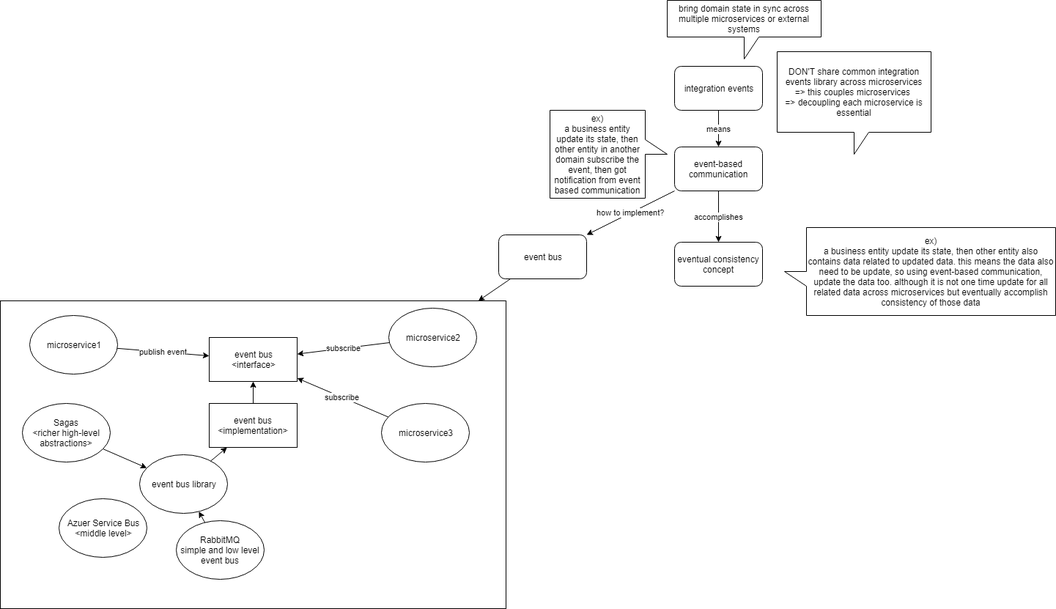
Earlier version of the draw.io export integration_events.png (stsiwo/ddd_concept). Source tidied: cells renumbered, new cells last; positions are measured from the earlier drawing's top-left corner, leaving out a move shared by most shapes. Its diagram source:
```xml
<mxGraphModel>
  <root>
    <mxCell id="0" />
    <mxCell id="1" parent="0" />
    <mxCell id="2" value="means" style="edgeStyle=none;rounded=0;html=1;jettySize=auto;" parent="1" edge="1" source="3" target="6">
      <mxGeometry relative="1" as="geometry" />
    </mxCell>
    <mxCell id="3" value="integration events" style="rounded=1;whiteSpace=wrap;html=1;" parent="1" vertex="1">
      <mxGeometry x="920" y="90" width="120" height="60" as="geometry" />
    </mxCell>
    <mxCell id="4" value="accomplishes" style="edgeStyle=none;rounded=0;html=1;jettySize=auto;" parent="1" edge="1" source="6" target="8">
      <mxGeometry relative="1" as="geometry" />
    </mxCell>
    <mxCell id="5" value="how to implement?" style="edgeStyle=none;rounded=0;html=1;jettySize=auto;" parent="1" edge="1" source="6" target="11">
      <mxGeometry relative="1" as="geometry" />
    </mxCell>
    <mxCell id="6" value="event-based communication" style="rounded=1;whiteSpace=wrap;html=1;" parent="1" vertex="1">
      <mxGeometry x="920" y="200" width="120" height="60" as="geometry" />
    </mxCell>
    <mxCell id="7" value="ex)&lt;br&gt;a business entity update its state, then other entity in another domain subscribe the event, then got notification from event based communication&lt;br&gt;" style="shape=callout;whiteSpace=wrap;html=1;perimeter=calloutPerimeter;direction=north;" parent="1" vertex="1">
      <mxGeometry x="750" y="150" width="160" height="120" as="geometry" />
    </mxCell>
    <mxCell id="8" value="eventual consistency concept" style="rounded=1;whiteSpace=wrap;html=1;" parent="1" vertex="1">
      <mxGeometry x="920" y="330" width="120" height="60" as="geometry" />
    </mxCell>
    <mxCell id="9" value="ex)&lt;br&gt;a business entity update its state, then other entity also contains data related to updated data. this means the data also need to be update, so using event-based communication, update the data too. although it is not one time update for all related data across microservices but eventually accomplish consistency of those data&lt;br&gt;" style="shape=callout;whiteSpace=wrap;html=1;perimeter=calloutPerimeter;direction=south;" parent="1" vertex="1">
      <mxGeometry x="1070" y="310" width="370" height="120" as="geometry" />
    </mxCell>
    <mxCell id="10" style="edgeStyle=none;rounded=0;html=1;jettySize=auto;" parent="1" edge="1" source="11" target="12">
      <mxGeometry relative="1" as="geometry" />
    </mxCell>
    <mxCell id="11" value="event bus" style="rounded=1;whiteSpace=wrap;html=1;" parent="1" vertex="1">
      <mxGeometry x="680" y="320" width="120" height="60" as="geometry" />
    </mxCell>
    <mxCell id="12" style="rounded=0;whiteSpace=wrap;html=1;" parent="1" vertex="1">
      <mxGeometry y="410" width="690" height="420" as="geometry" />
    </mxCell>
    <mxCell id="13" value="publish event" style="edgeStyle=none;rounded=0;html=1;jettySize=auto;" parent="1" edge="1" source="14" target="18">
      <mxGeometry relative="1" as="geometry" />
    </mxCell>
    <mxCell id="14" value="microservice1" style="ellipse;whiteSpace=wrap;html=1;" parent="1" vertex="1">
      <mxGeometry x="40" y="430" width="120" height="80" as="geometry" />
    </mxCell>
    <mxCell id="15" value="microservice2" style="ellipse;whiteSpace=wrap;html=1;" parent="1" vertex="1">
      <mxGeometry x="530" y="420" width="120" height="80" as="geometry" />
    </mxCell>
    <mxCell id="16" value="subscribe" style="edgeStyle=none;rounded=0;html=1;jettySize=auto;" parent="1" edge="1" source="17" target="18">
      <mxGeometry relative="1" as="geometry" />
    </mxCell>
    <mxCell id="17" value="microservice3" style="ellipse;whiteSpace=wrap;html=1;" parent="1" vertex="1">
      <mxGeometry x="520" y="550" width="120" height="80" as="geometry" />
    </mxCell>
    <mxCell id="18" value="event bus&lt;br&gt;&amp;lt;interface&amp;gt;&lt;br&gt;" style="rounded=0;whiteSpace=wrap;html=1;" parent="1" vertex="1">
      <mxGeometry x="285" y="460" width="120" height="60" as="geometry" />
    </mxCell>
    <mxCell id="19" value="subscribe" style="edgeStyle=none;rounded=0;html=1;jettySize=auto;" parent="1" edge="1" source="15" target="18">
      <mxGeometry relative="1" as="geometry" />
    </mxCell>
    <mxCell id="20" style="edgeStyle=none;rounded=0;html=1;exitX=0.5;exitY=0;jettySize=auto;" parent="1" edge="1" source="21" target="18">
      <mxGeometry relative="1" as="geometry" />
    </mxCell>
    <mxCell id="21" value="event bus&lt;br&gt;&amp;lt;implementation&amp;gt;&lt;br&gt;" style="rounded=0;whiteSpace=wrap;html=1;" parent="1" vertex="1">
      <mxGeometry x="285" y="550" width="120" height="60" as="geometry" />
    </mxCell>
    <mxCell id="22" value="event bus library" style="ellipse;whiteSpace=wrap;html=1;" parent="1" vertex="1">
      <mxGeometry x="190" y="620" width="120" height="80" as="geometry" />
    </mxCell>
    <mxCell id="23" style="edgeStyle=none;rounded=0;html=1;jettySize=auto;" parent="1" edge="1" source="22" target="21">
      <mxGeometry relative="1" as="geometry" />
    </mxCell>
    <mxCell id="24" style="edgeStyle=none;rounded=0;html=1;jettySize=auto;" parent="1" edge="1" source="25" target="22">
      <mxGeometry relative="1" as="geometry" />
    </mxCell>
    <mxCell id="25" value="RabbitMQ&lt;br&gt;simple and low level event bus&lt;br&gt;" style="ellipse;whiteSpace=wrap;html=1;" parent="1" vertex="1">
      <mxGeometry x="240" y="710" width="120" height="80" as="geometry" />
    </mxCell>
    <mxCell id="26" style="edgeStyle=none;rounded=0;html=1;jettySize=auto;" parent="1" edge="1" source="27" target="22">
      <mxGeometry relative="1" as="geometry" />
    </mxCell>
    <mxCell id="27" value="Sagas&lt;br&gt;&amp;lt;richer high-level abstractions&amp;gt;&lt;br&gt;" style="ellipse;whiteSpace=wrap;html=1;" parent="1" vertex="1">
      <mxGeometry x="30" y="550" width="120" height="80" as="geometry" />
    </mxCell>
    <mxCell id="28" value="Azuer Service Bus&lt;br&gt;&amp;lt;middle level&amp;gt;&lt;br&gt;" style="ellipse;whiteSpace=wrap;html=1;" parent="1" vertex="1">
      <mxGeometry x="80" y="680" width="120" height="80" as="geometry" />
    </mxCell>
    <mxCell id="29" value="bring domain state in sync across multiple microservices or external systems" style="shape=callout;whiteSpace=wrap;html=1;perimeter=calloutPerimeter;" parent="1" vertex="1">
      <mxGeometry x="910" width="210" height="80" as="geometry" />
    </mxCell>
    <mxCell id="30" value="DON'T share common integration events library across microservices&lt;br&gt;=&amp;gt; this couples microservices&amp;nbsp;&lt;br&gt;=&amp;gt; decoupling each microservice is essential&lt;br&gt;" style="shape=callout;whiteSpace=wrap;html=1;perimeter=calloutPerimeter;" parent="1" vertex="1">
      <mxGeometry x="1060" y="70" width="210" height="140" as="geometry" />
    </mxCell>
  </root>
</mxGraphModel>
```
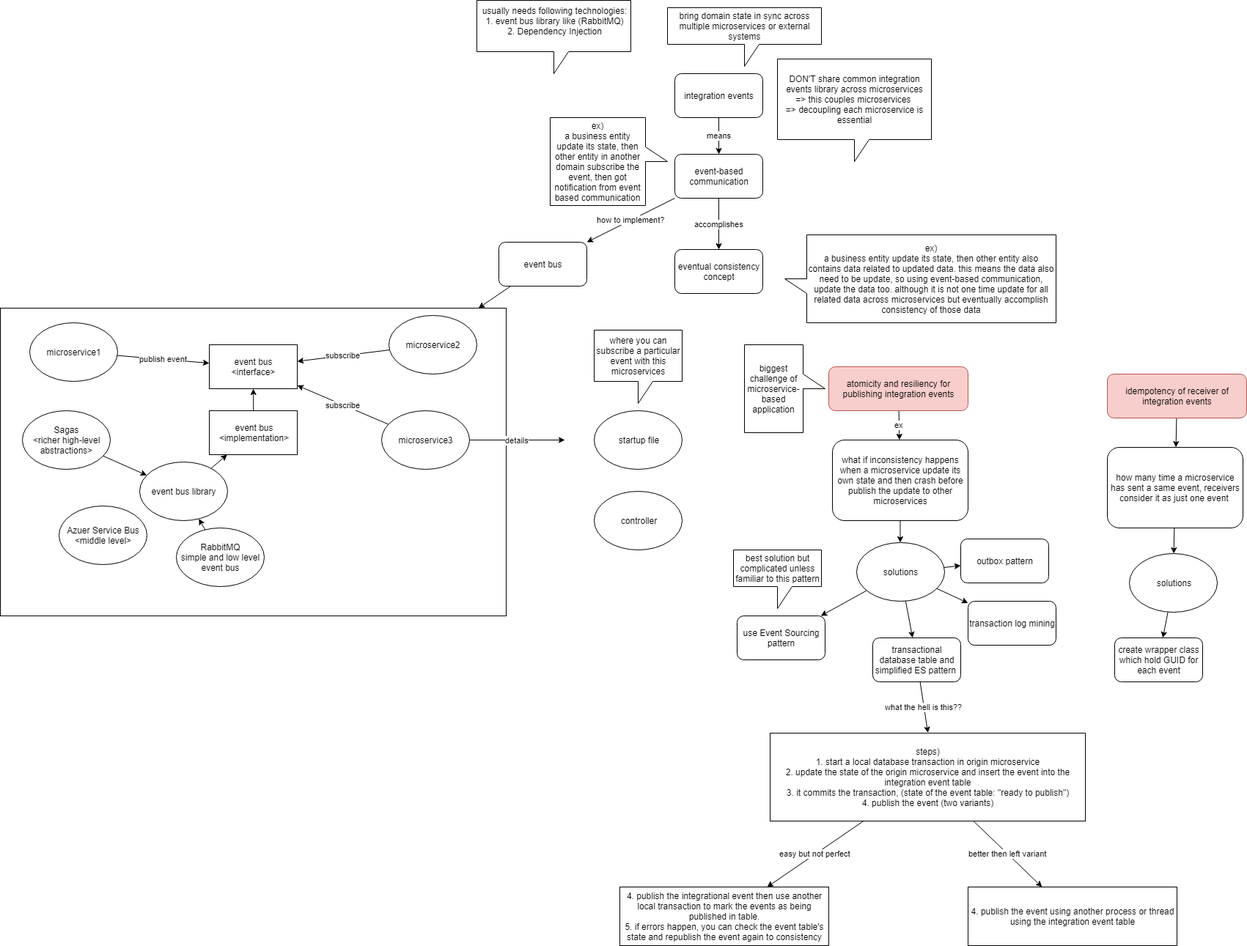
After the commit.

What changed in the source:
```diff
@@ -47,6 +47,11 @@
     <mxCell id="16" value="subscribe" style="edgeStyle=none;rounded=0;html=1;jettySize=auto;" parent="1" edge="1" source="17" target="18">
       <mxGeometry relative="1" as="geometry" />
     </mxCell>
+    <mxCell id="31" value="details" style="edgeStyle=orthogonalEdgeStyle;rounded=0;html=1;jettySize=auto;" parent="1" edge="1" source="17">
+      <mxGeometry relative="1" as="geometry">
+        <mxPoint x="770" y="590" as="targetPoint" />
+      </mxGeometry>
+    </mxCell>
     <mxCell id="17" value="microservice3" style="ellipse;whiteSpace=wrap;html=1;" parent="1" vertex="1">
       <mxGeometry x="520" y="550" width="120" height="80" as="geometry" />
     </mxCell>
@@ -89,5 +94,101 @@
     <mxCell id="30" value="DON'T share common integration events library across microservices&lt;br&gt;=&amp;gt; this couples microservices&amp;nbsp;&lt;br&gt;=&amp;gt; decoupling each microservice is essential&lt;br&gt;" style="shape=callout;whiteSpace=wrap;html=1;perimeter=calloutPerimeter;" parent="1" vertex="1">
       <mxGeometry x="1060" y="70" width="210" height="140" as="geometry" />
     </mxCell>
+    <mxCell id="32" value="startup file" style="ellipse;whiteSpace=wrap;html=1;" parent="1" vertex="1">
+      <mxGeometry x="810" y="550" width="120" height="80" as="geometry" />
+    </mxCell>
+    <mxCell id="33" value="where you can subscribe a particular event with this microservices" style="shape=callout;whiteSpace=wrap;html=1;perimeter=calloutPerimeter;" parent="1" vertex="1">
+      <mxGeometry x="810" y="440" width="120" height="100" as="geometry" />
+    </mxCell>
+    <mxCell id="34" value="usually needs following technologies:&lt;br&gt;1. event bus library like (RabbitMQ)&lt;br&gt;2. Dependency Injection&lt;br&gt;&lt;br&gt;" style="shape=callout;whiteSpace=wrap;html=1;perimeter=calloutPerimeter;" parent="1" vertex="1">
+      <mxGeometry x="650" y="-10" width="210" height="100" as="geometry" />
+    </mxCell>
+    <mxCell id="35" value="controller" style="ellipse;whiteSpace=wrap;html=1;" parent="1" vertex="1">
+      <mxGeometry x="810" y="660" width="120" height="80" as="geometry" />
+    </mxCell>
+    <mxCell id="36" value="ex" style="rounded=0;html=1;jettySize=auto;" parent="1" edge="1" source="37" target="39">
+      <mxGeometry relative="1" as="geometry" />
+    </mxCell>
+    <mxCell id="37" value="atomicity and resiliency for publishing integration events" style="rounded=1;whiteSpace=wrap;html=1;fillColor=#f8cecc;strokeColor=#b85450;" parent="1" vertex="1">
+      <mxGeometry x="1130" y="490" width="190" height="60" as="geometry" />
+    </mxCell>
+    <mxCell id="38" style="edgeStyle=none;rounded=0;html=1;jettySize=auto;" parent="1" edge="1" source="39" target="45">
+      <mxGeometry relative="1" as="geometry" />
+    </mxCell>
+    <mxCell id="39" value="what if inconsistency happens when a microservice update its own state and then crash before publish the update to other microservices" style="rounded=1;whiteSpace=wrap;html=1;" parent="1" vertex="1">
+      <mxGeometry x="1135" y="590" width="185" height="110" as="geometry" />
+    </mxCell>
+    <mxCell id="40" value="biggest challenge of microservice-based application" style="shape=callout;whiteSpace=wrap;html=1;perimeter=calloutPerimeter;direction=north;" parent="1" vertex="1">
+      <mxGeometry x="1015" y="460" width="110" height="120" as="geometry" />
+    </mxCell>
+    <mxCell id="41" style="edgeStyle=none;rounded=0;html=1;jettySize=auto;" parent="1" edge="1" source="45" target="46">
+      <mxGeometry relative="1" as="geometry" />
+    </mxCell>
+    <mxCell id="42" style="edgeStyle=none;rounded=0;html=1;jettySize=auto;" parent="1" edge="1" source="45" target="48">
+      <mxGeometry relative="1" as="geometry" />
+    </mxCell>
+    <mxCell id="43" style="edgeStyle=none;rounded=0;html=1;jettySize=auto;" parent="1" edge="1" source="45" target="49">
+      <mxGeometry relative="1" as="geometry" />
+    </mxCell>
+    <mxCell id="44" style="edgeStyle=none;rounded=0;html=1;jettySize=auto;" parent="1" edge="1" source="45" target="51">
+      <mxGeometry relative="1" as="geometry" />
+    </mxCell>
+    <mxCell id="45" value="solutions" style="ellipse;whiteSpace=wrap;html=1;" parent="1" vertex="1">
+      <mxGeometry x="1167.5" y="730" width="120" height="80" as="geometry" />
+    </mxCell>
+    <mxCell id="46" value="use Event Sourcing pattern" style="rounded=1;whiteSpace=wrap;html=1;" parent="1" vertex="1">
+      <mxGeometry x="1005" y="830" width="120" height="60" as="geometry" />
+    </mxCell>
+    <mxCell id="47" value="best solution but complicated unless familiar to this pattern" style="shape=callout;whiteSpace=wrap;html=1;perimeter=calloutPerimeter;" parent="1" vertex="1">
+      <mxGeometry x="1000" y="740" width="120" height="80" as="geometry" />
+    </mxCell>
+    <mxCell id="48" value="transaction log mining" style="rounded=1;whiteSpace=wrap;html=1;" parent="1" vertex="1">
+      <mxGeometry x="1320" y="810" width="120" height="60" as="geometry" />
+    </mxCell>
+    <mxCell id="49" value="outbox pattern" style="rounded=1;whiteSpace=wrap;html=1;" parent="1" vertex="1">
+      <mxGeometry x="1310" y="725" width="120" height="60" as="geometry" />
+    </mxCell>
+    <mxCell id="50" value="what the hell is this??" style="edgeStyle=none;rounded=0;html=1;jettySize=auto;entryX=0.5;entryY=0;" parent="1" edge="1" source="51" target="54">
+      <mxGeometry relative="1" as="geometry" />
+    </mxCell>
+    <mxCell id="51" value="transactional database table and simplified ES pattern&amp;nbsp;" style="rounded=1;whiteSpace=wrap;html=1;" parent="1" vertex="1">
+      <mxGeometry x="1190" y="860" width="120" height="60" as="geometry" />
+    </mxCell>
+    <mxCell id="52" value="easy but not perfect" style="edgeStyle=none;rounded=0;html=1;jettySize=auto;" parent="1" edge="1" source="54" target="55">
+      <mxGeometry relative="1" as="geometry" />
+    </mxCell>
+    <mxCell id="53" value="better then left variant" style="edgeStyle=none;rounded=0;html=1;jettySize=auto;" parent="1" edge="1" source="54" target="56">
+      <mxGeometry relative="1" as="geometry" />
+    </mxCell>
+    <mxCell id="54" value="steps)&lt;br&gt;1. start a local database transaction in origin microservice&lt;br&gt;2. update the state of the origin microservice and insert the event into the integration event table&lt;br&gt;3. it commits the transaction, (state of the event table: &quot;ready to publish&quot;)&lt;br&gt;4. publish the event (two variants)&lt;br&gt;" style="rounded=0;whiteSpace=wrap;html=1;" parent="1" vertex="1">
+      <mxGeometry x="1050" y="990" width="430" height="120" as="geometry" />
+    </mxCell>
+    <mxCell id="55" value="4. publish the integrational event then use another local transaction to mark the events as being published in table.&lt;br&gt;5. if errors happen, you can check the event table's state and republish the event again to consistency&lt;br&gt;" style="rounded=0;whiteSpace=wrap;html=1;" parent="1" vertex="1">
+      <mxGeometry x="845" y="1200" width="285" height="80" as="geometry" />
+    </mxCell>
+    <mxCell id="56" value="4. publish the event using another process or thread using the integration event table" style="rounded=0;whiteSpace=wrap;html=1;" parent="1" vertex="1">
+      <mxGeometry x="1320" y="1200" width="285" height="80" as="geometry" />
+    </mxCell>
+    <mxCell id="57" style="edgeStyle=none;rounded=0;html=1;jettySize=auto;" parent="1" edge="1" source="58" target="60">
+      <mxGeometry relative="1" as="geometry" />
+    </mxCell>
+    <mxCell id="58" value="idempotency of receiver of integration events" style="rounded=1;whiteSpace=wrap;html=1;fillColor=#f8cecc;strokeColor=#b85450;" parent="1" vertex="1">
+      <mxGeometry x="1510" y="500" width="190" height="60" as="geometry" />
+    </mxCell>
+    <mxCell id="59" style="edgeStyle=none;rounded=0;html=1;jettySize=auto;" parent="1" edge="1" source="60" target="62">
+      <mxGeometry relative="1" as="geometry" />
+    </mxCell>
+    <mxCell id="60" value="how many time a microservice has sent a same event, receivers consider it as just one event&amp;nbsp;" style="rounded=1;whiteSpace=wrap;html=1;" parent="1" vertex="1">
+      <mxGeometry x="1510" y="600" width="185" height="110" as="geometry" />
+    </mxCell>
+    <mxCell id="61" style="edgeStyle=none;rounded=0;html=1;jettySize=auto;" parent="1" edge="1" source="62" target="63">
+      <mxGeometry relative="1" as="geometry" />
+    </mxCell>
+    <mxCell id="62" value="solutions" style="ellipse;whiteSpace=wrap;html=1;" parent="1" vertex="1">
+      <mxGeometry x="1540" y="745" width="120" height="80" as="geometry" />
+    </mxCell>
+    <mxCell id="63" value="create wrapper class which hold GUID for each event" style="rounded=1;whiteSpace=wrap;html=1;" parent="1" vertex="1">
+      <mxGeometry x="1520" y="860" width="120" height="60" as="geometry" />
+    </mxCell>
   </root>
 </mxGraphModel>
```
